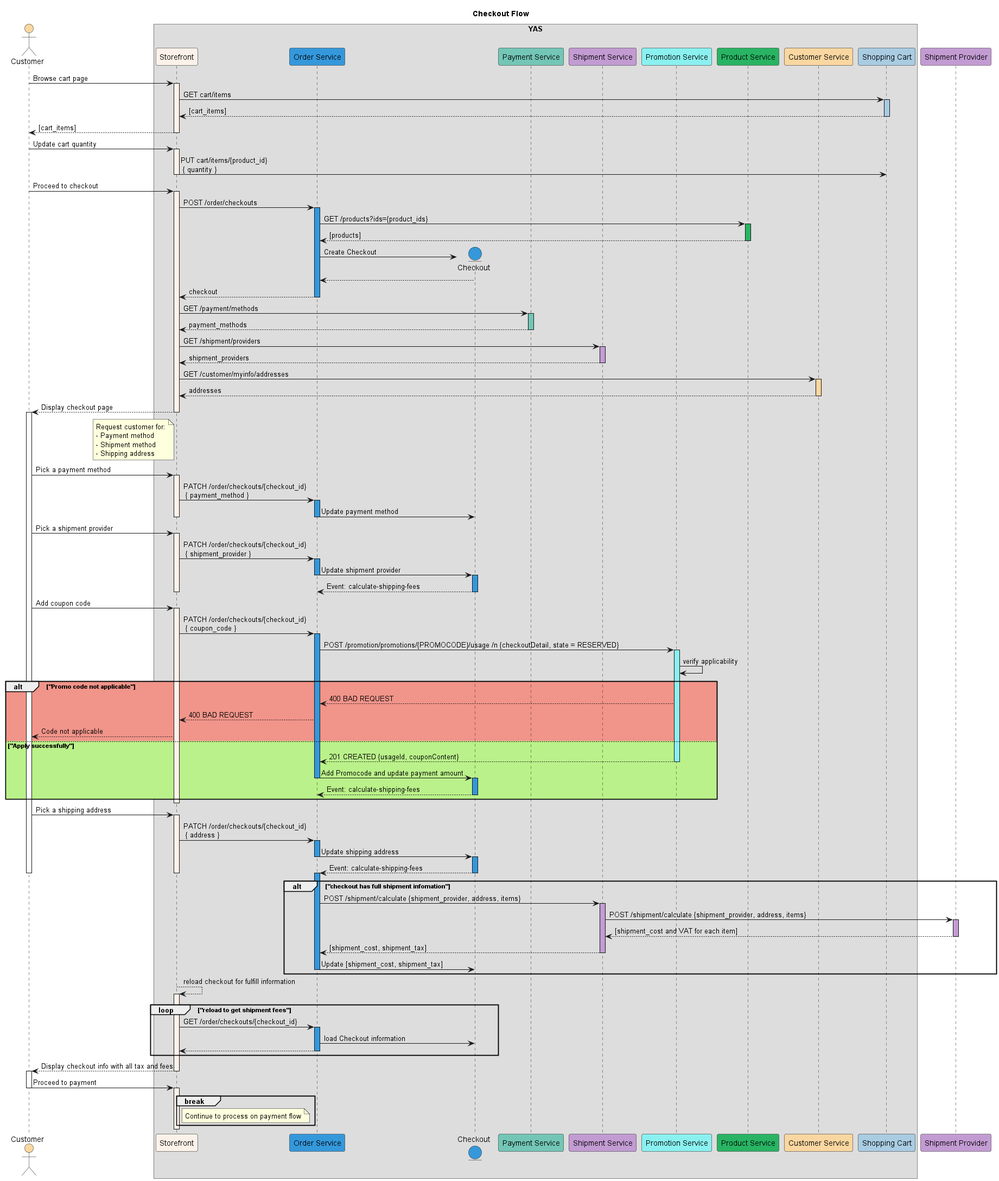
nashtech-garage/yas keeps this PlantUML diagram as docs/design/order-flows/imgs/Checkout Flow.png. Above is the earlier version.
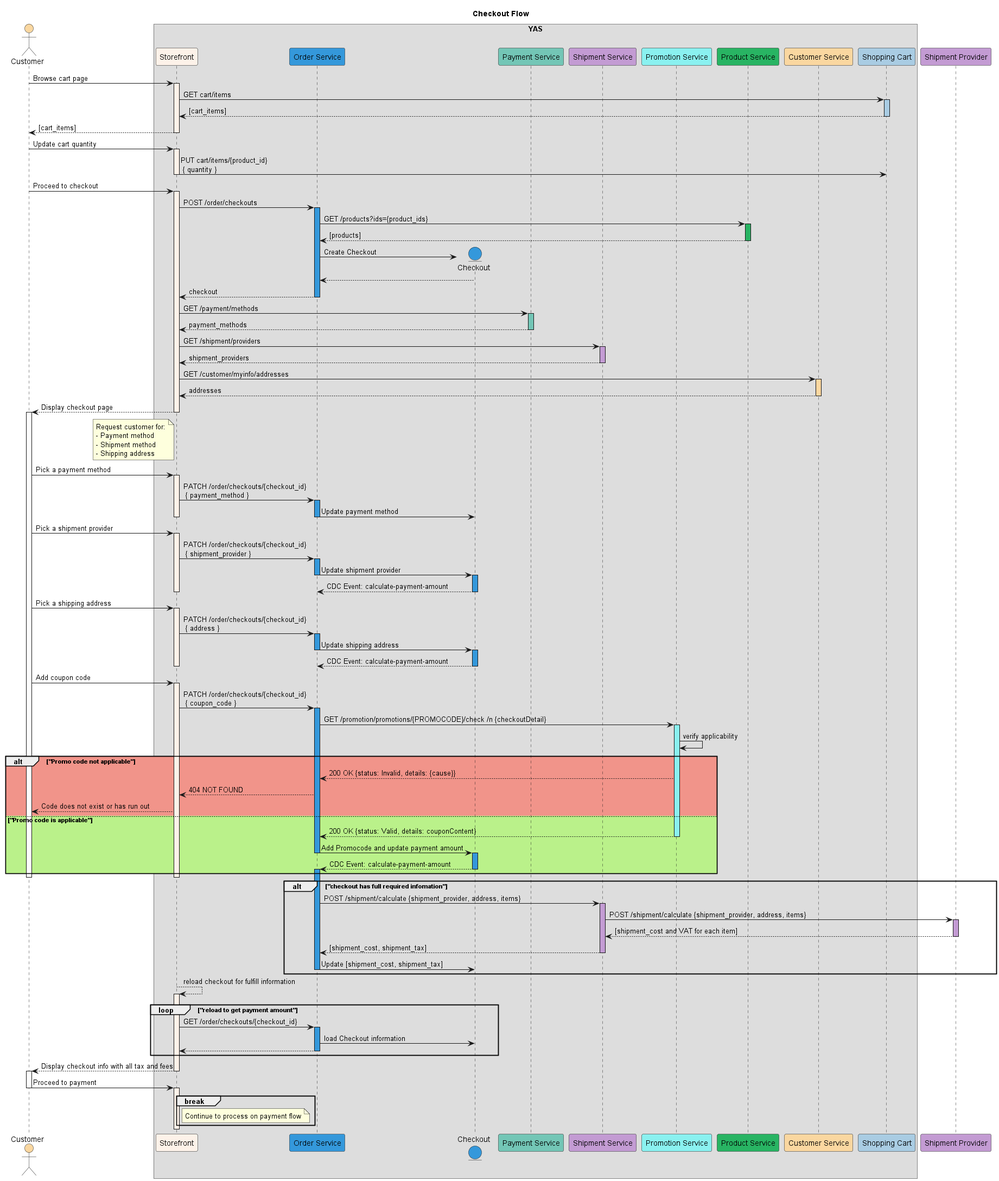
After the change.

Commit message:
Update promocode usage flow, update README text

The edit, as a diff of the source:
```diff
@@ -85,30 +85,8 @@
       order_service -> checkout: Update shipment provider
     deactivate order_service
     activate checkout #3498db
-      checkout --> order_service: Event: calculate-shipping-fees
+      checkout --> order_service: CDC Event: calculate-payment-amount
     deactivate checkout
-  deactivate storefront
-
-  customer -> storefront: Add coupon code
-  activate storefront #fdf2e9
-    storefront -> order_service: PATCH /order/checkouts/{checkout_id} \n { coupon_code }
-    activate order_service #3498db
-      order_service -> promotion_service: POST /promotion/promotions/{PROMOCODE}/usage /n {checkoutDetail, state = RESERVED}
-      activate promotion_service #8af1f0
-      promotion_service -> promotion_service: verify applicability
-        alt #f1948a "Promo code not applicable"
-          promotion_service --> order_service: 400 BAD REQUEST
-          order_service --> storefront: 400 BAD REQUEST
-          storefront --> customer: Code not applicable
-        else #baf18a "Apply successfully"
-          promotion_service --> order_service: 201 CREATED {usageId, couponContent}
-          deactivate promotion_service
-          order_service -> checkout: Add Promocode and update payment amount
-          deactivate order_service
-          activate checkout #3498db
-            checkout --> order_service: Event: calculate-shipping-fees
-          deactivate checkout
-        end
   deactivate storefront
 
   customer -> storefront: Pick a shipping address
@@ -118,13 +96,35 @@
       order_service -> checkout: Update shipping address
     deactivate order_service
     activate checkout #3498db
-      checkout --> order_service: Event: calculate-shipping-fees
+      checkout --> order_service: CDC Event: calculate-payment-amount
     deactivate checkout
+  deactivate storefront
+
+  customer -> storefront: Add coupon code
+  activate storefront #fdf2e9
+    storefront -> order_service: PATCH /order/checkouts/{checkout_id} \n { coupon_code }
+    activate order_service #3498db
+      order_service -> promotion_service: GET /promotion/promotions/{PROMOCODE}/check /n {checkoutDetail}
+      activate promotion_service #8af1f0
+      promotion_service -> promotion_service: verify applicability
+        alt #f1948a "Promo code not applicable"
+          promotion_service --> order_service: 200 OK {status: Invalid, details: {cause}}
+          order_service --> storefront: 404 NOT FOUND
+          storefront --> customer: Code does not exist or has run out
+        else #baf18a "Promo code is applicable"
+          promotion_service --> order_service: 200 OK {status: Valid, details: couponContent}
+          deactivate promotion_service
+          order_service -> checkout: Add Promocode and update payment amount
+          deactivate order_service
+          activate checkout #3498db
+            checkout --> order_service: CDC Event: calculate-payment-amount
+          deactivate checkout
+          activate order_service #3498db
+        end
   deactivate storefront
 deactivate customer
 
-alt "checkout has full shipment infomation"
-  activate order_service #3498db
+alt "checkout has full required infomation"
     order_service -> shipment_service: POST /shipment/calculate {shipment_provider, address, items}
     activate shipment_service #c39bd3
       shipment_service -> shipment_provider: POST /shipment/calculate {shipment_provider, address, items}
@@ -139,7 +139,7 @@
 
 storefront --> storefront: reload checkout for fulfill information
 activate storefront #fdf2e9
-  loop  "reload to get shipment fees"
+  loop  "reload to get payment amount"
     storefront -> order_service: GET /order/checkouts/{checkout_id}
     activate order_service #3498db
       order_service -> checkout: load Checkout information
```
